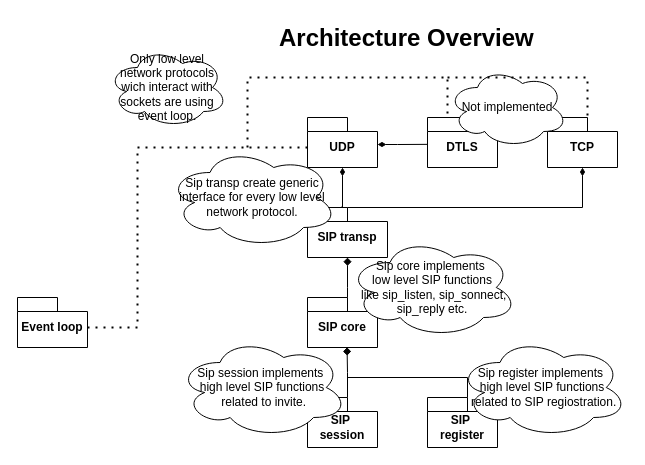
This is page "Sip Overview" (1 of 2) of docs/architecture.drawio from KubaTaba1uga/c_minilib_sip_ua, a draw.io file, before an edit. Source tidied: cells renumbered, new cells numbered last; positions are measured from the earlier drawing's top-left corner, leaving out a move shared by most shapes. Both pictures are drawn from the tidied source at 100%, with x=0, y=0 at pixel (17, 17).
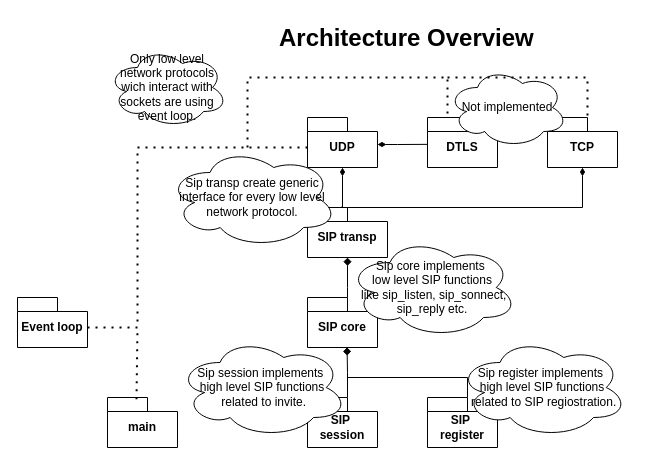
Above is the later version.

Change to the diagram source:
```diff
@@
+    <mxCell id="27" value="main" style="shape=folder;fontStyle=1;spacingTop=10;tabWidth=40;tabHeight=14;tabPosition=left;html=1;whiteSpace=wrap;" parent="1" vertex="1">
+      <mxGeometry x="90" y="380" width="70" height="50" as="geometry" />
+    </mxCell>
+    <mxCell id="28" style="endArrow=none;dashed=1;html=1;dashPattern=1 3;strokeWidth=2;rounded=0;exitX=0.414;exitY=0.033;exitDx=0;exitDy=0;exitPerimeter=0;" parent="1" edge="1" source="27">
+      <mxGeometry relative="1" as="geometry">
+        <mxPoint x="120" y="310" as="targetPoint" />
+      </mxGeometry>
+    </mxCell>
```
